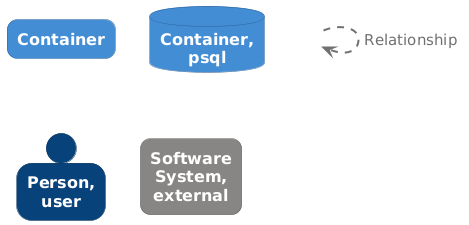
This is proposing-architecture-design/diagrams/structurizr-container-diagram-key.png from anasanjaria/blogs, a PlantUML export, as it was before one commit.
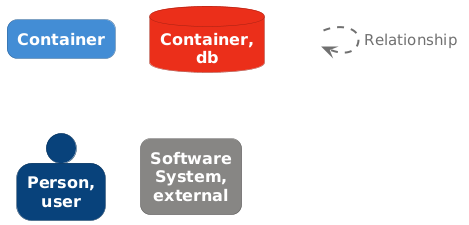
After the change.

Commit message:
Demonstrate on how to propose architecture change

Soley for blogging purpose

What changed in the source:
```diff
@@ -25,11 +25,11 @@
 rectangle "==Container" <<1>>
 
 skinparam database<<2>> {
-  BackgroundColor #438dd5
+  BackgroundColor #eb2f1a
   FontColor #ffffff
-  BorderColor #2e6295
+  BorderColor #a42012
 }
-database "==Container, psql" <<2>>
+database "==Container, db" <<2>>
 
 skinparam person<<3>> {
   BackgroundColor #08427b
```
